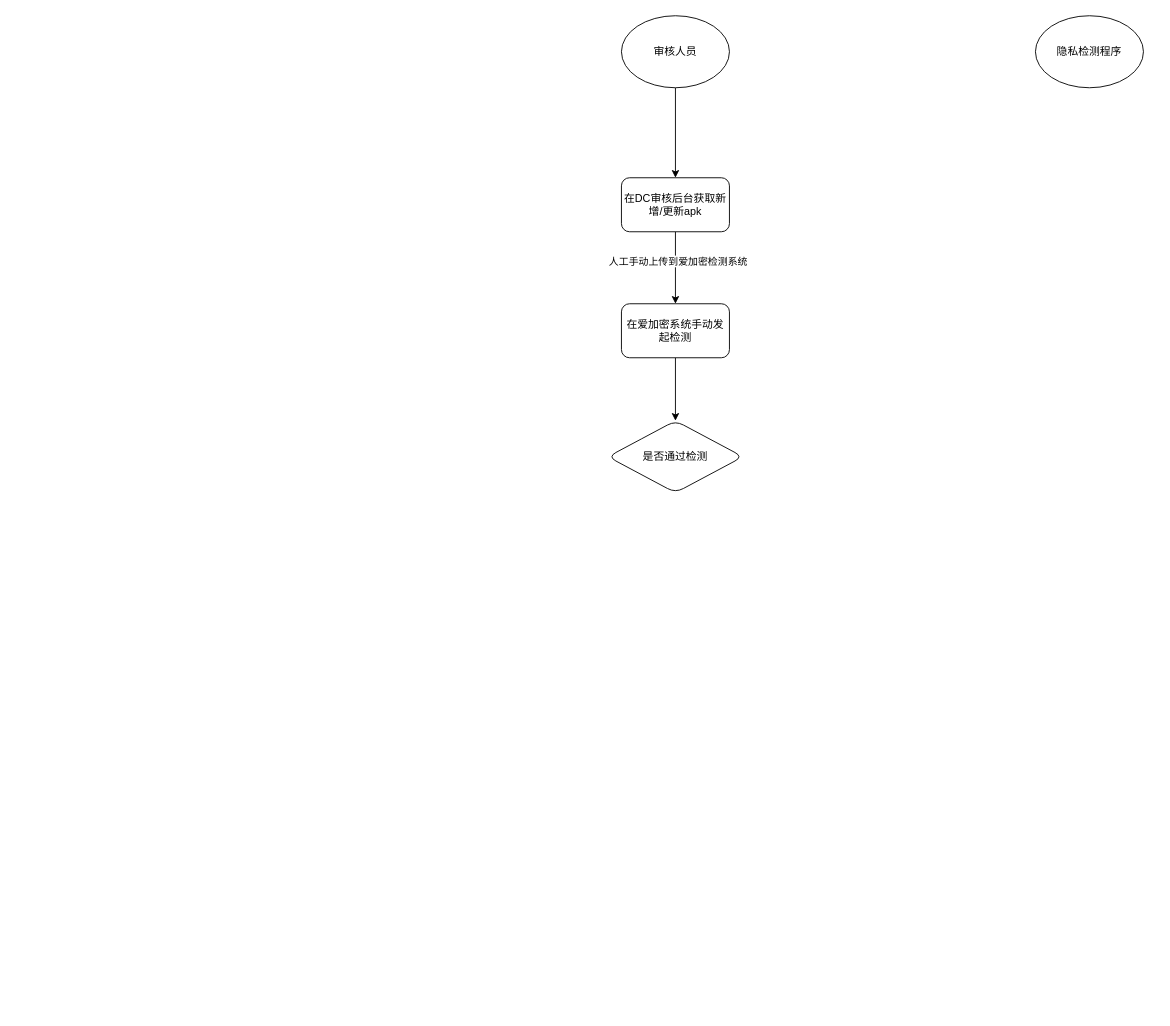
The draw.io diagram 1.drawio in tongchewy/ER-Draw, before the edit. Source tidied: cells renumbered, new cells numbered last; positions are measured from the earlier drawing's top-left corner, leaving out a move shared by most shapes. Both pictures are drawn from the tidied source at 90%, with x=0, y=0 at pixel (608, 15).
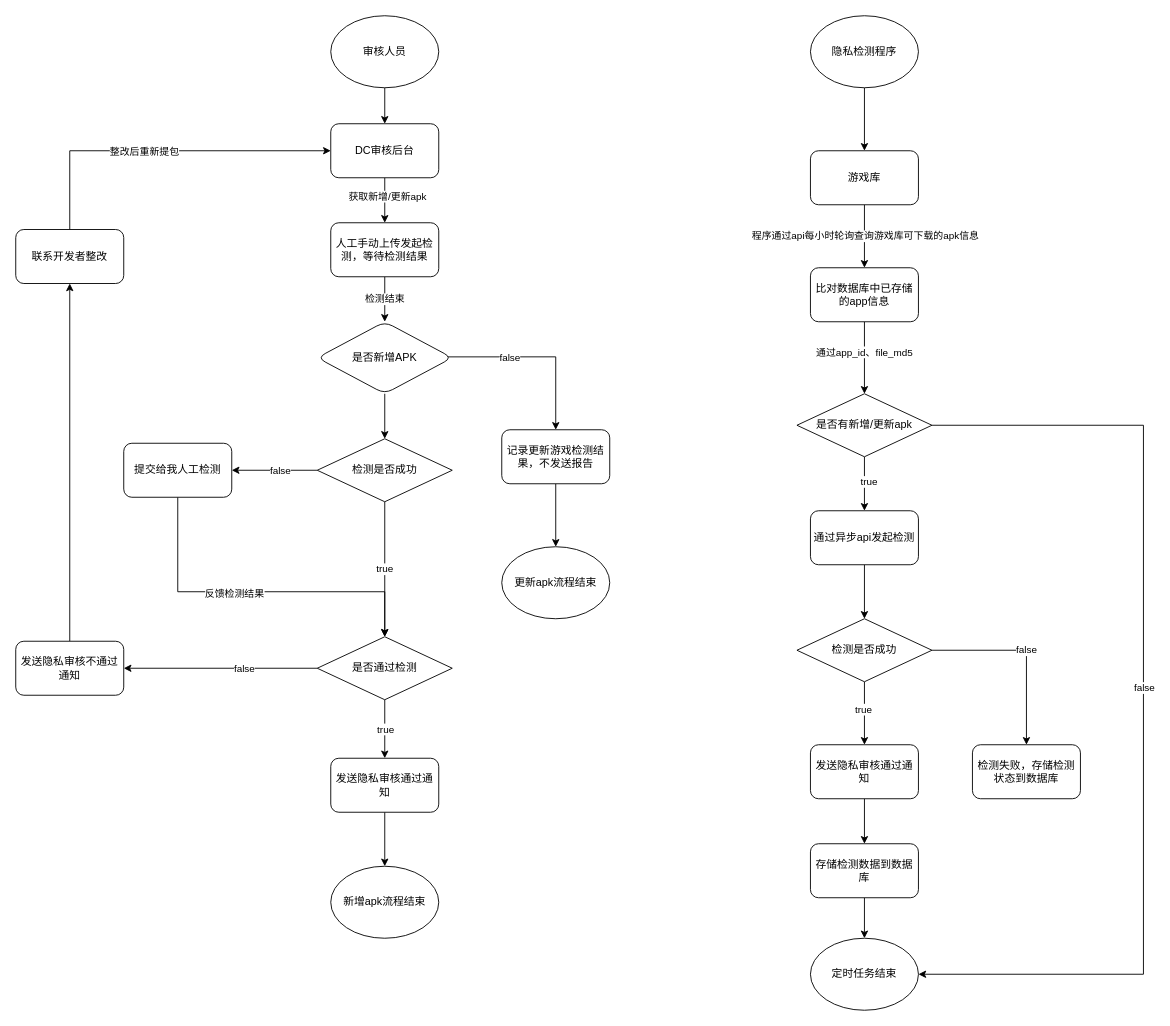
Above is the later version.

Unchanged cells that the change refers to:
```xml
<mxCell id="5" style="edgeStyle=orthogonalEdgeStyle;rounded=0;jettySize=auto;html=1;" parent="1" edge="1" source="7" target="9">
  <mxGeometry relative="1" as="geometry" />
</mxCell>
```

Diff of the diagram source:
```diff
@@
     <mxCell id="3" value="审核人员" style="ellipse;whiteSpace=wrap;html=1;" parent="1" vertex="1">
-      <mxGeometry x="15" width="120" height="80" as="geometry" />
+      <mxGeometry x="-308" width="120" height="80" as="geometry" />
     </mxCell>
+    <mxCell id="11" style="edgeStyle=orthogonalEdgeStyle;rounded=0;jettySize=auto;html=1;" parent="1" edge="1" source="4" target="32">
+      <mxGeometry relative="1" as="geometry" />
+    </mxCell>
     <mxCell id="4" value="隐私检测程序" style="ellipse;whiteSpace=wrap;html=1;" parent="1" vertex="1">
-      <mxGeometry x="475" width="120" height="80" as="geometry" />
+      <mxGeometry x="225" width="120" height="80" as="geometry" />
     </mxCell>
@@
-    <mxCell id="6" value="人工手动上传到爱加密检测系统" style="edgeLabel;html=1;align=center;verticalAlign=middle;" parent="5" vertex="1">
+    <mxCell id="6" value="获取新增/更新apk" style="edgeLabel;html=1;align=center;verticalAlign=middle;" parent="5" vertex="1">
       <mxGeometry x="-0.2" y="2" relative="1" as="geometry" />
     </mxCell>
-    <mxCell id="7" value="在DC审核后台获取新增/更新apk" style="rounded=1;whiteSpace=wrap;html=1;" parent="1" vertex="1">
-      <mxGeometry x="15" y="180" width="120" height="60" as="geometry" />
+    <mxCell id="7" value="DC审核后台" style="rounded=1;whiteSpace=wrap;html=1;" parent="1" vertex="1">
+      <mxGeometry x="-308" y="120" width="120" height="60" as="geometry" />
     </mxCell>
-    <mxCell id="8" style="edgeStyle=orthogonalEdgeStyle;rounded=0;jettySize=auto;html=1;" parent="1" edge="1" source="9" target="10">
+    <mxCell id="8" value="检测结束" style="edgeStyle=orthogonalEdgeStyle;rounded=0;jettySize=auto;html=1;" parent="1" edge="1" source="9" target="10">
       <mxGeometry relative="1" as="geometry" />
     </mxCell>
-    <mxCell id="9" value="在爱加密系统手动发起检测" style="rounded=1;whiteSpace=wrap;html=1;" parent="1" vertex="1">
-      <mxGeometry x="15" y="320" width="120" height="60" as="geometry" />
+    <mxCell id="9" value="人工手动上传发起检测，等待检测结果" style="rounded=1;whiteSpace=wrap;html=1;" parent="1" vertex="1">
+      <mxGeometry x="-308" y="230" width="120" height="60" as="geometry" />
     </mxCell>
+    <mxCell id="12" value="true" style="edgeStyle=orthogonalEdgeStyle;rounded=0;jettySize=auto;html=1;" parent="1" edge="1" source="20">
+      <mxGeometry relative="1" as="geometry">
+        <mxPoint x="-248" y="825" as="targetPoint" />
+      </mxGeometry>
+    </mxCell>
+    <mxCell id="13" style="edgeStyle=orthogonalEdgeStyle;rounded=0;jettySize=auto;html=1;exitX=0.96;exitY=0.488;exitDx=0;exitDy=0;exitPerimeter=0;" parent="1" edge="1" source="10" target="17">
+      <mxGeometry relative="1" as="geometry" />
+    </mxCell>
+    <mxCell id="14" value="false" style="edgeLabel;html=1;align=center;verticalAlign=middle;" parent="13" vertex="1">
+      <mxGeometry x="-0.31" relative="1" as="geometry" />
+    </mxCell>
+    <mxCell id="15" style="edgeStyle=orthogonalEdgeStyle;rounded=0;jettySize=auto;html=1;" parent="1" edge="1" source="10" target="46">
+      <mxGeometry relative="1" as="geometry" />
+    </mxCell>
-    <mxCell id="10" value="是否通过检测" style="rhombus;whiteSpace=wrap;html=1;rounded=1;" parent="1" vertex="1">
-      <mxGeometry y="450" width="150" height="80" as="geometry" />
+    <mxCell id="10" value="是否新增APK" style="rhombus;whiteSpace=wrap;html=1;rounded=1;" parent="1" vertex="1">
+      <mxGeometry x="-323" y="340" width="150" height="80" as="geometry" />
     </mxCell>
+    <mxCell id="16" style="edgeStyle=orthogonalEdgeStyle;rounded=0;jettySize=auto;html=1;" parent="1" edge="1" source="17" target="21">
+      <mxGeometry relative="1" as="geometry" />
+    </mxCell>
+    <mxCell id="17" value="记录更新游戏检测结果，不发送报告" style="whiteSpace=wrap;html=1;rounded=1;" parent="1" vertex="1">
+      <mxGeometry x="-118" y="460" width="120" height="60" as="geometry" />
+    </mxCell>
+    <mxCell id="18" style="edgeStyle=orthogonalEdgeStyle;rounded=0;jettySize=auto;html=1;entryX=1;entryY=0.5;entryDx=0;entryDy=0;" parent="1" edge="1" source="20" target="26">
+      <mxGeometry relative="1" as="geometry" />
+    </mxCell>
+    <mxCell id="19" value="false" style="edgeLabel;html=1;align=center;verticalAlign=middle;" parent="18" vertex="1">
+      <mxGeometry x="-0.24" relative="1" as="geometry" />
+    </mxCell>
+    <mxCell id="20" value="是否通过检测" style="rhombus;whiteSpace=wrap;html=1;" parent="1" vertex="1">
+      <mxGeometry x="-323" y="690" width="150" height="70" as="geometry" />
+    </mxCell>
+    <mxCell id="21" value="更新apk流程结束" style="ellipse;whiteSpace=wrap;html=1;" parent="1" vertex="1">
+      <mxGeometry x="-118" y="590" width="120" height="80" as="geometry" />
+    </mxCell>
+    <mxCell id="22" style="edgeStyle=orthogonalEdgeStyle;rounded=0;jettySize=auto;html=1;" parent="1" edge="1" source="23" target="24">
+      <mxGeometry relative="1" as="geometry" />
+    </mxCell>
+    <mxCell id="23" value="发送隐私审核通过通知" style="rounded=1;whiteSpace=wrap;html=1;" parent="1" vertex="1">
+      <mxGeometry x="-308" y="825" width="120" height="60" as="geometry" />
+    </mxCell>
+    <mxCell id="24" value="新增apk流程结束" style="ellipse;whiteSpace=wrap;html=1;" parent="1" vertex="1">
+      <mxGeometry x="-308" y="945" width="120" height="80" as="geometry" />
+    </mxCell>
+    <mxCell id="25" style="edgeStyle=orthogonalEdgeStyle;rounded=0;jettySize=auto;html=1;entryX=0.5;entryY=1;entryDx=0;entryDy=0;" parent="1" edge="1" source="26" target="29">
+      <mxGeometry relative="1" as="geometry" />
+    </mxCell>
+    <mxCell id="26" value="发送隐私审核不通过通知" style="rounded=1;whiteSpace=wrap;html=1;" parent="1" vertex="1">
+      <mxGeometry x="-658" y="695" width="120" height="60" as="geometry" />
+    </mxCell>
+    <mxCell id="27" style="edgeStyle=orthogonalEdgeStyle;rounded=0;jettySize=auto;html=1;entryX=0;entryY=0.5;entryDx=0;entryDy=0;" parent="1" edge="1" source="29" target="7">
+      <mxGeometry relative="1" as="geometry">
+        <Array as="points">
+          <mxPoint x="-598" y="150" />
+        </Array>
+      </mxGeometry>
+    </mxCell>
+    <mxCell id="28" value="整改后重新提包" style="edgeLabel;html=1;align=center;verticalAlign=middle;" parent="27" vertex="1">
+      <mxGeometry x="-0.1" relative="1" as="geometry" />
+    </mxCell>
+    <mxCell id="29" value="联系开发者整改" style="rounded=1;whiteSpace=wrap;html=1;" parent="1" vertex="1">
+      <mxGeometry x="-658" y="237.5" width="120" height="60" as="geometry" />
+    </mxCell>
+    <mxCell id="30" style="edgeStyle=orthogonalEdgeStyle;rounded=0;jettySize=auto;html=1;" parent="1" edge="1" source="32" target="35">
+      <mxGeometry relative="1" as="geometry" />
+    </mxCell>
+    <mxCell id="31" value="程序通过api每小时轮询查询游戏库可下载的apk信息" style="edgeLabel;html=1;align=center;verticalAlign=middle;" parent="30" vertex="1">
+      <mxGeometry x="-0.03" relative="1" as="geometry" />
+    </mxCell>
+    <mxCell id="32" value="游戏库" style="rounded=1;whiteSpace=wrap;html=1;" parent="1" vertex="1">
+      <mxGeometry x="225" y="150" width="120" height="60" as="geometry" />
+    </mxCell>
+    <mxCell id="33" style="edgeStyle=orthogonalEdgeStyle;rounded=0;jettySize=auto;html=1;" parent="1" edge="1" source="35" target="40">
+      <mxGeometry relative="1" as="geometry" />
+    </mxCell>
+    <mxCell id="34" value="通过app_id、file_md5" style="edgeLabel;html=1;align=center;verticalAlign=middle;" parent="33" vertex="1">
+      <mxGeometry x="-0.17" y="-1" relative="1" as="geometry" />
+    </mxCell>
+    <mxCell id="35" value="比对数据库中已存储的app信息" style="rounded=1;whiteSpace=wrap;html=1;" parent="1" vertex="1">
+      <mxGeometry x="225" y="280" width="120" height="60" as="geometry" />
+    </mxCell>
+    <mxCell id="36" style="edgeStyle=orthogonalEdgeStyle;rounded=0;jettySize=auto;html=1;" parent="1" edge="1" source="40" target="42">
+      <mxGeometry relative="1" as="geometry" />
+    </mxCell>
+    <mxCell id="37" value="true" style="edgeLabel;html=1;align=center;verticalAlign=middle;" parent="36" vertex="1">
+      <mxGeometry x="-0.11" y="4" relative="1" as="geometry" />
+    </mxCell>
+    <mxCell id="38" style="edgeStyle=orthogonalEdgeStyle;rounded=0;jettySize=auto;html=1;entryX=1;entryY=0.5;entryDx=0;entryDy=0;" parent="1" edge="1" source="40" target="50">
+      <mxGeometry relative="1" as="geometry">
+        <Array as="points">
+          <mxPoint x="595" y="455" />
+          <mxPoint x="595" y="1065" />
+        </Array>
+      </mxGeometry>
+    </mxCell>
+    <mxCell id="39" value="false" style="edgeLabel;html=1;align=center;verticalAlign=middle;" parent="38" vertex="1">
+      <mxGeometry x="-0.04" relative="1" as="geometry" />
+    </mxCell>
+    <mxCell id="40" value="是否有新增/更新apk" style="rhombus;whiteSpace=wrap;html=1;" parent="1" vertex="1">
+      <mxGeometry x="210" y="420" width="150" height="70" as="geometry" />
+    </mxCell>
+    <mxCell id="41" style="edgeStyle=orthogonalEdgeStyle;rounded=0;jettySize=auto;html=1;" parent="1" edge="1" source="42" target="54">
+      <mxGeometry relative="1" as="geometry" />
+    </mxCell>
+    <mxCell id="42" value="通过异步api发起检测" style="rounded=1;whiteSpace=wrap;html=1;" parent="1" vertex="1">
+      <mxGeometry x="225" y="550" width="120" height="60" as="geometry" />
+    </mxCell>
+    <mxCell id="43" value="true" style="edgeStyle=orthogonalEdgeStyle;rounded=0;jettySize=auto;html=1;entryX=0.5;entryY=0;entryDx=0;entryDy=0;" parent="1" edge="1" source="46" target="20">
+      <mxGeometry relative="1" as="geometry" />
+    </mxCell>
+    <mxCell id="44" style="edgeStyle=orthogonalEdgeStyle;rounded=0;jettySize=auto;html=1;" parent="1" edge="1" source="46" target="49">
+      <mxGeometry relative="1" as="geometry" />
+    </mxCell>
+    <mxCell id="45" value="false" style="edgeLabel;html=1;align=center;verticalAlign=middle;" parent="44" vertex="1">
+      <mxGeometry x="-0.12" relative="1" as="geometry" />
+    </mxCell>
+    <mxCell id="46" value="检测是否成功" style="rhombus;whiteSpace=wrap;html=1;" parent="1" vertex="1">
+      <mxGeometry x="-323" y="470" width="150" height="70" as="geometry" />
+    </mxCell>
+    <mxCell id="47" style="edgeStyle=orthogonalEdgeStyle;rounded=0;jettySize=auto;html=1;" parent="1" edge="1" source="49" target="20">
+      <mxGeometry relative="1" as="geometry">
+        <Array as="points">
+          <mxPoint x="-478" y="640" />
+          <mxPoint x="-248" y="640" />
+        </Array>
+      </mxGeometry>
+    </mxCell>
+    <mxCell id="48" value="反馈检测结果" style="edgeLabel;html=1;align=center;verticalAlign=middle;" parent="47" vertex="1">
+      <mxGeometry x="-0.13" y="-1" relative="1" as="geometry" />
+    </mxCell>
+    <mxCell id="49" value="提交给我人工检测" style="rounded=1;whiteSpace=wrap;html=1;" parent="1" vertex="1">
+      <mxGeometry x="-538" y="475" width="120" height="60" as="geometry" />
+    </mxCell>
+    <mxCell id="50" value="定时任务结束" style="ellipse;whiteSpace=wrap;html=1;" parent="1" vertex="1">
+      <mxGeometry x="225" y="1025" width="120" height="80" as="geometry" />
+    </mxCell>
+    <mxCell id="51" style="edgeStyle=orthogonalEdgeStyle;rounded=0;jettySize=auto;html=1;" parent="1" edge="1" source="54" target="56">
+      <mxGeometry relative="1" as="geometry" />
+    </mxCell>
+    <mxCell id="52" value="true" style="edgeLabel;html=1;align=center;verticalAlign=middle;" parent="51" vertex="1">
+      <mxGeometry x="-0.14" y="-2" relative="1" as="geometry" />
+    </mxCell>
+    <mxCell id="53" value="false" style="edgeStyle=orthogonalEdgeStyle;rounded=0;jettySize=auto;html=1;" parent="1" edge="1" source="54" target="57">
+      <mxGeometry relative="1" as="geometry" />
+    </mxCell>
+    <mxCell id="54" value="检测是否成功" style="rhombus;whiteSpace=wrap;html=1;" parent="1" vertex="1">
+      <mxGeometry x="210" y="670" width="150" height="70" as="geometry" />
+    </mxCell>
+    <mxCell id="55" style="edgeStyle=orthogonalEdgeStyle;rounded=0;jettySize=auto;html=1;" parent="1" edge="1" source="56" target="59">
+      <mxGeometry relative="1" as="geometry" />
+    </mxCell>
+    <mxCell id="56" value="发送隐私审核通过通知" style="rounded=1;whiteSpace=wrap;html=1;" parent="1" vertex="1">
+      <mxGeometry x="225" y="810" width="120" height="60" as="geometry" />
+    </mxCell>
+    <mxCell id="57" value="检测失败，存储检测状态到数据库" style="whiteSpace=wrap;html=1;rounded=1;" parent="1" vertex="1">
+      <mxGeometry x="405" y="810" width="120" height="60" as="geometry" />
+    </mxCell>
+    <mxCell id="58" style="edgeStyle=orthogonalEdgeStyle;rounded=0;jettySize=auto;html=1;" parent="1" edge="1" source="59" target="50">
+      <mxGeometry relative="1" as="geometry" />
+    </mxCell>
+    <mxCell id="59" value="存储检测数据到数据库" style="rounded=1;whiteSpace=wrap;html=1;" parent="1" vertex="1">
+      <mxGeometry x="225" y="920" width="120" height="60" as="geometry" />
+    </mxCell>
```
